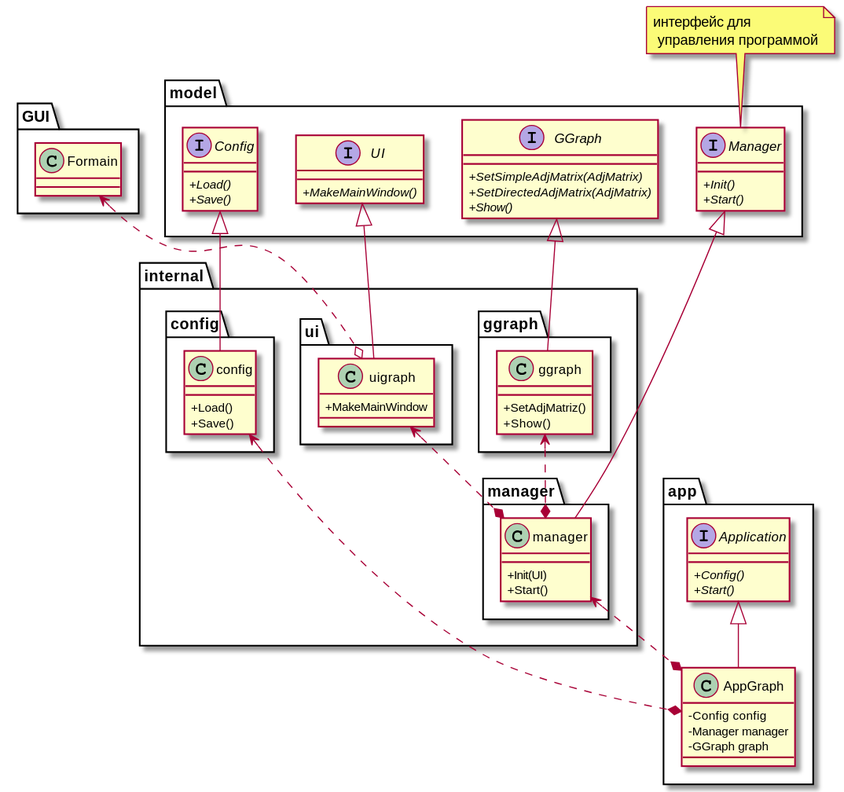
Earlier version of the PlantUML export model/diagram/diagram.svg (Giovanny472/ggraph).
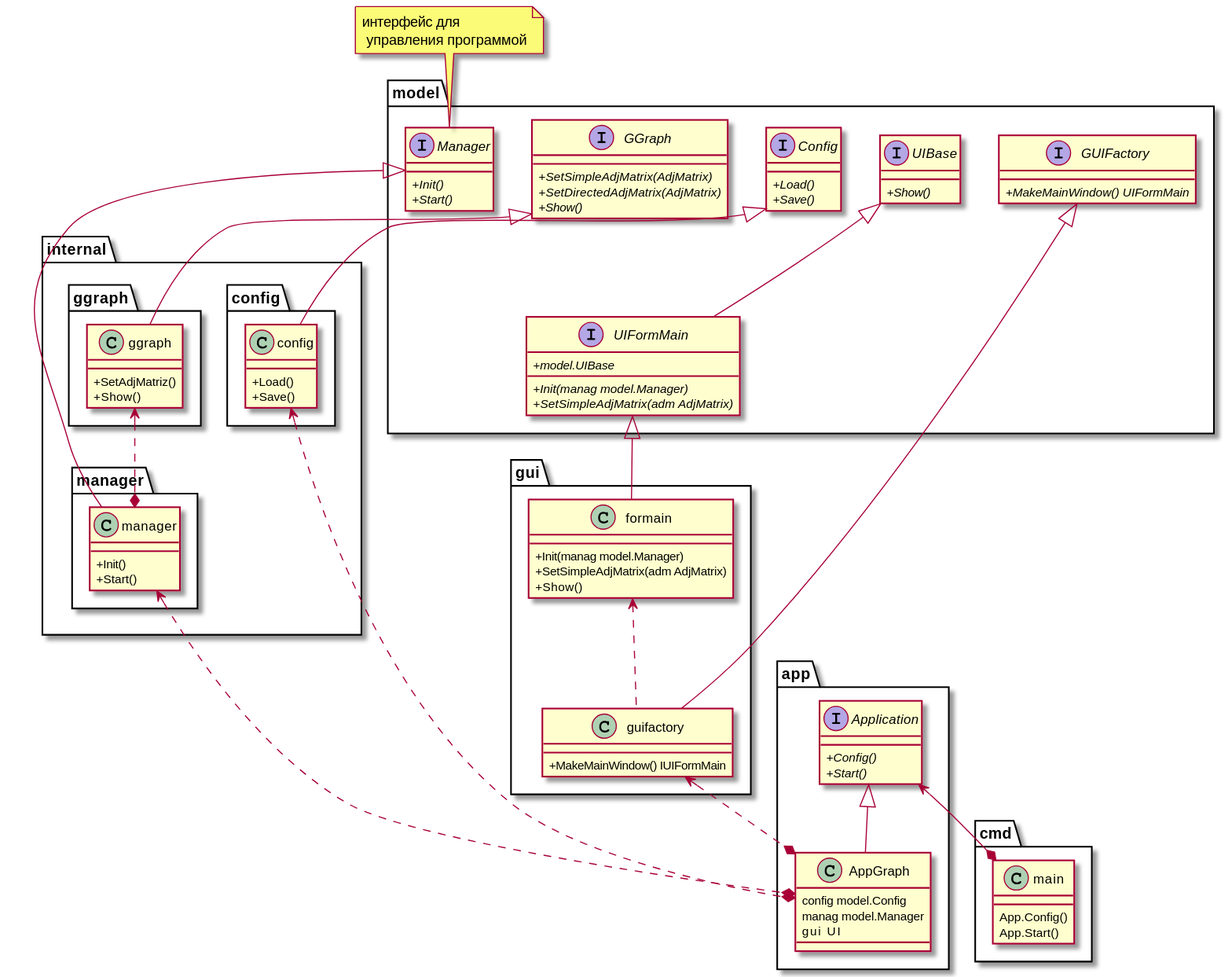
After the commit.

Commit message:
создание структуры GUI

Change to the diagram source:
```diff
@@ -2,11 +2,6 @@
 skinparam ClassAttributeIconSize 0
 
 package "model" {
-
-
-    interface IUI as "UI" {
-        + {abstract} MakeMainWindow()
-    }
 
     interface IGGraph as "GGraph" {
         + {abstract} SetSimpleAdjMatrix(AdjMatrix)
@@ -24,19 +19,27 @@
         + {abstract} Start()
     }
 
+    interface IUIBase as "UIBase" {
+        + {abstract} Show()
+    }
+
+    interface IGUIFactory as "GUIFactory"{
+        +{abstract}MakeMainWindow() UIFormMain
+    }
+
+    interface IUIFormMain as "UIFormMain" {
+        +{abstract} model.UIBase
+        +{abstract} Init(manag model.Manager)
+        +{abstract} SetSimpleAdjMatrix(adm AdjMatrix)
+    }
+    IUIBase <|-- IUIFormMain
+
 }
 
 note "интерфейс для\n управления программой" as N1
 N1 .. IManager
 
 package "internal" {
-
-    package "ui" {
-        class uigraph {
-            + MakeMainWindow
-        }
-    }
-    IUI <|-- uigraph
 
     package "config" {
         class config {
@@ -54,17 +57,33 @@
     }
     IGGraph  <|-- ggraph
 
-
     package "manager" {
         class manager{
-            + Init(UI)
+            + Init()
             + Start()
         }
     }
     IManager <|-- manager
     ggraph  <..* manager
-    uigraph  <..* manager
+
 }
+
+package gui as "gui" {
+
+    class formain {
+        + Init(manag model.Manager)
+        + SetSimpleAdjMatrix(adm AdjMatrix)
+        + Show()
+    }
+    IUIFormMain <|-- formain
+
+    class guifactory {
+        + MakeMainWindow() IUIFormMain
+    }
+    IGUIFactory <|-- guifactory
+    formain <.. guifactory
+}
+
 
 package "app" {
 
@@ -74,23 +93,24 @@
     }
 
     class AppGraph{
-        - Config  сonfig
-        - Manager manager
-        - GGraph graph
+        config model.Config
+	    manag  model.Manager
+	    gui    UI
     }
     IApp <|--AppGraph
 
-
+    manager <..* AppGraph
     config  <..* AppGraph
-    manager <..* AppGraph
-
+    guifactory <..*AppGraph
 
 }
 
-package GUI {
-    class Formain {}
-
+package cmd {
+    class main {
+        App.Config()
+        App.Start()
+    }
+    IApp <--*main
 }
-Formain <..o uigraph
 
 @enduml
```
